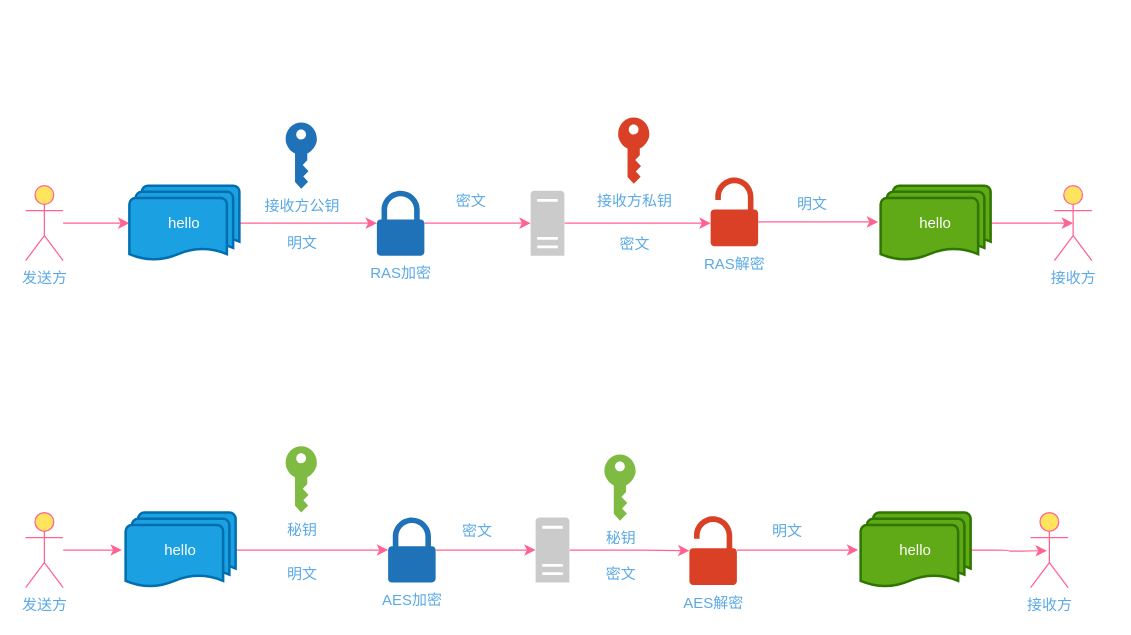
Above: encrypt.drawio in cantatas/doc (draw.io), before the change. Source tidied: cells renumbered, new cells numbered last; positions are measured from the earlier drawing's top-left corner, leaving out a move shared by most shapes. Both pictures are drawn from the tidied source at 125%, with x=0, y=0 at pixel (25, 116).
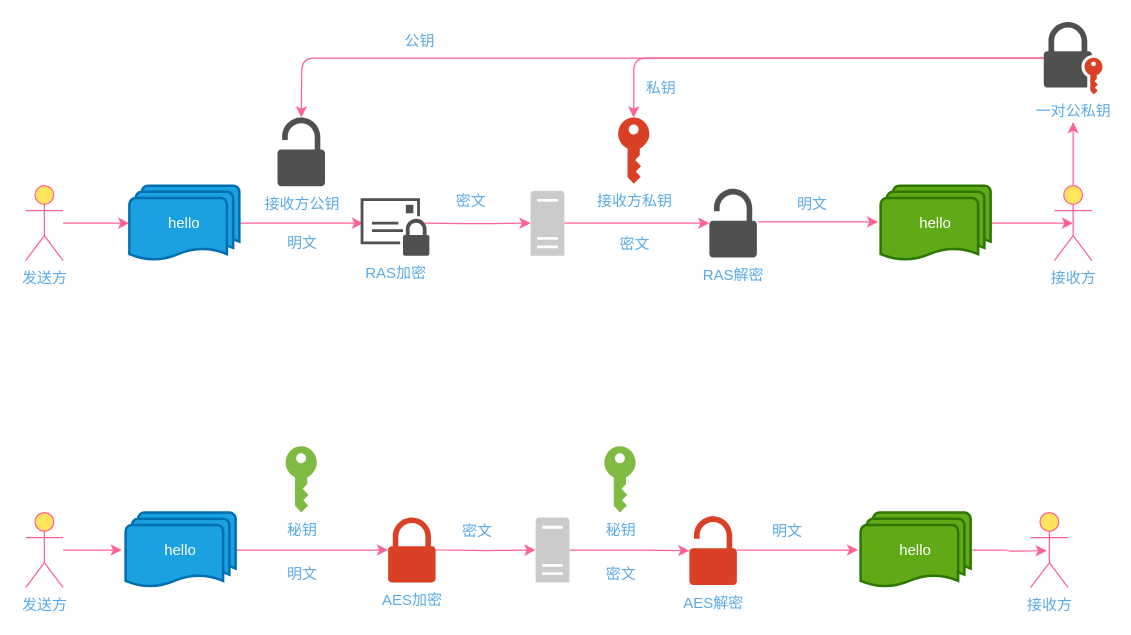
After the change.

The change refers to these unchanged cells:
```xml
<mxCell id="3" value="发送方" style="shape=umlActor;verticalLabelPosition=bottom;verticalAlign=top;html=1;fillColor=#FFE45E;strokeColor=#FF6392;fontColor=#5AA9E6;" parent="1" vertex="1">
  <mxGeometry y="55" width="30" height="60" as="geometry" />
</mxCell>
<mxCell id="4" value="接收方" style="shape=umlActor;verticalLabelPosition=bottom;verticalAlign=top;html=1;fillColor=#FFE45E;strokeColor=#FF6392;fontColor=#5AA9E6;" parent="1" vertex="1">
  <mxGeometry x="823" y="55" width="30" height="60" as="geometry" />
</mxCell>
<mxCell id="9" value="接收方私钥" style="shadow=0;dashed=0;html=1;strokeColor=none;labelPosition=center;verticalLabelPosition=bottom;verticalAlign=top;outlineConnect=0;align=center;shape=mxgraph.office.security.key_permissions;fillColor=#DA4026;rounded=0;sketch=0;fontColor=#5AA9E6;" parent="1" vertex="1">
  <mxGeometry x="474" y="0.5" width="25" height="53" as="geometry" />
</mxCell>
<mxCell id="26" value="AES解密" style="shadow=0;dashed=0;html=1;strokeColor=none;labelPosition=center;verticalLabelPosition=bottom;verticalAlign=top;outlineConnect=0;align=center;shape=mxgraph.office.security.lock_unprotected;fillColor=#DA4026;rounded=0;sketch=0;fontColor=#5AA9E6;" parent="1" vertex="1">
  <mxGeometry x="531" y="319.5" width="38" height="55" as="geometry" />
</mxCell>
```

The edit, as a diff of the source:
```diff
@@
-    <mxCell id="2" style="edgeStyle=orthogonalEdgeStyle;curved=0;rounded=1;sketch=0;jettySize=auto;html=1;strokeColor=#FF6392;fillColor=#FFE45E;fontColor=#5AA9E6;entryX=0;entryY=0.5;entryDx=0;entryDy=0;entryPerimeter=0;" parent="1" edge="1" source="3" target="6">
+    <mxCell id="2" style="edgeStyle=orthogonalEdgeStyle;curved=0;rounded=1;sketch=0;jettySize=auto;html=1;strokeColor=#FF6392;fillColor=#FFE45E;entryX=0;entryY=0.5;entryDx=0;entryDy=0;entryPerimeter=0;fontColor=#5AA9E6;" parent="1" edge="1" source="3" target="6">
       <mxGeometry relative="1" as="geometry" />
     </mxCell>
@@
+    <mxCell id="40" style="edgeStyle=orthogonalEdgeStyle;curved=0;rounded=1;sketch=0;jettySize=auto;html=1;strokeColor=#FF6392;fillColor=#FFE45E;fontColor=#5AA9E6;" parent="1" edge="1" source="4">
+      <mxGeometry relative="1" as="geometry">
+        <mxPoint x="838" y="4" as="targetPoint" />
+      </mxGeometry>
+    </mxCell>
@@
-    <mxCell id="5" style="edgeStyle=orthogonalEdgeStyle;curved=0;rounded=1;sketch=0;jettySize=auto;html=1;exitX=1;exitY=0.5;exitDx=0;exitDy=0;exitPerimeter=0;strokeColor=#FF6392;fillColor=#FFE45E;fontColor=#5AA9E6;" parent="1" edge="1" source="6" target="16">
-      <mxGeometry relative="1" as="geometry" />
+    <mxCell id="5" style="edgeStyle=orthogonalEdgeStyle;curved=0;rounded=1;sketch=0;jettySize=auto;html=1;exitX=1;exitY=0.5;exitDx=0;exitDy=0;exitPerimeter=0;strokeColor=#FF6392;fillColor=#FFE45E;fontColor=#5AA9E6;" parent="1" edge="1" source="6">
+      <mxGeometry relative="1" as="geometry">
+        <mxPoint x="270" y="85" as="targetPoint" />
+      </mxGeometry>
     </mxCell>
-    <mxCell id="6" value="hello" style="strokeWidth=2;html=1;shape=mxgraph.flowchart.multi-document;whiteSpace=wrap;rounded=0;sketch=0;fillColor=#1ba1e2;fontColor=#ffffff;strokeColor=#006EAF;" parent="1" vertex="1">
+    <mxCell id="6" value="hello" style="strokeWidth=2;html=1;shape=mxgraph.flowchart.multi-document;whiteSpace=wrap;rounded=0;sketch=0;fillColor=#1ba1e2;strokeColor=#006EAF;fontColor=#FFFFFF;" parent="1" vertex="1">
       <mxGeometry x="83" y="55" width="88" height="60" as="geometry" />
     </mxCell>
     <mxCell id="7" style="edgeStyle=orthogonalEdgeStyle;curved=0;rounded=1;sketch=0;jettySize=auto;html=1;strokeColor=#FF6392;fillColor=#FFE45E;fontColor=#5AA9E6;" parent="1" edge="1" source="8" target="13">
-      <mxGeometry relative="1" as="geometry">
-        <Array as="points">
-          <mxPoint x="428" y="85" />
-          <mxPoint x="428" y="82" />
-        </Array>
-      </mxGeometry>
+      <mxGeometry relative="1" as="geometry" />
     </mxCell>
-    <mxCell id="8" style="shadow=0;dashed=0;html=1;labelPosition=center;verticalLabelPosition=bottom;verticalAlign=top;outlineConnect=0;align=center;shape=mxgraph.office.servers.server_generic;fillColor=#CCCBCB;rounded=0;sketch=0;fontColor=#5AA9E6;strokeColor=none;" parent="1" vertex="1">
+    <mxCell id="8" style="shadow=0;dashed=0;html=1;labelPosition=center;verticalLabelPosition=bottom;verticalAlign=top;outlineConnect=0;align=center;shape=mxgraph.office.servers.server_generic;fillColor=#CCCBCB;rounded=0;sketch=0;strokeColor=none;fontColor=#5AA9E6;" parent="1" vertex="1">
       <mxGeometry x="404" y="59" width="27" height="52" as="geometry" />
     </mxCell>
@@
-    <mxCell id="11" value="hello" style="strokeWidth=2;html=1;shape=mxgraph.flowchart.multi-document;whiteSpace=wrap;rounded=0;sketch=0;fillColor=#60a917;fontColor=#ffffff;strokeColor=#2D7600;" parent="1" vertex="1">
+    <mxCell id="11" value="hello" style="strokeWidth=2;html=1;shape=mxgraph.flowchart.multi-document;whiteSpace=wrap;rounded=0;sketch=0;fillColor=#60a917;strokeColor=#2D7600;fontColor=#FFFFFF;" parent="1" vertex="1">
       <mxGeometry x="684" y="55" width="88" height="60" as="geometry" />
     </mxCell>
-    <mxCell id="12" style="edgeStyle=orthogonalEdgeStyle;curved=0;rounded=1;sketch=0;jettySize=auto;html=1;strokeColor=#FF6392;fillColor=#FFE45E;fontColor=#0000CC;" parent="1" edge="1" source="13">
+    <mxCell id="12" style="edgeStyle=orthogonalEdgeStyle;curved=0;rounded=1;sketch=0;orthogonalLoop=1;jettySize=auto;html=1;strokeColor=#FF6392;fillColor=#FFE45E;fontColor=#5AA9E6;" parent="1" edge="1">
       <mxGeometry relative="1" as="geometry">
+        <mxPoint x="586" y="84" as="sourcePoint" />
         <mxPoint x="682" y="84" as="targetPoint" />
         <Array as="points">
           <mxPoint x="682" y="84" />
         </Array>
       </mxGeometry>
     </mxCell>
-    <mxCell id="13" value="RAS解密" style="shadow=0;dashed=0;html=1;strokeColor=none;labelPosition=center;verticalLabelPosition=bottom;verticalAlign=top;outlineConnect=0;align=center;shape=mxgraph.office.security.lock_unprotected;fillColor=#DA4026;rounded=0;sketch=0;fontColor=#5AA9E6;" parent="1" vertex="1">
-      <mxGeometry x="548" y="48.5" width="38" height="55" as="geometry" />
-    </mxCell>
-    <mxCell id="14" value="接收方公钥" style="shadow=0;dashed=0;html=1;strokeColor=none;labelPosition=center;verticalLabelPosition=bottom;verticalAlign=top;align=center;shape=mxgraph.office.security.key_permissions;fillColor=#2072B8;rounded=0;sketch=0;fontColor=#5AA9E6;" parent="1" vertex="1">
-      <mxGeometry x="208" y="4.5" width="25" height="53" as="geometry" />
-    </mxCell>
-    <mxCell id="15" style="edgeStyle=orthogonalEdgeStyle;curved=0;rounded=1;sketch=0;jettySize=auto;html=1;strokeColor=#FF6392;fillColor=#FFE45E;fontColor=#0000CC;" parent="1" edge="1" source="16" target="8">
-      <mxGeometry relative="1" as="geometry" />
+    <mxCell id="15" style="edgeStyle=orthogonalEdgeStyle;curved=0;rounded=1;sketch=0;jettySize=auto;html=1;strokeColor=#FF6392;fillColor=#FFE45E;fontColor=#5AA9E6;" parent="1" edge="1" target="8">
+      <mxGeometry relative="1" as="geometry">
+        <mxPoint x="319" y="85" as="sourcePoint" />
+      </mxGeometry>
     </mxCell>
-    <mxCell id="16" value="RAS加密" style="shadow=0;dashed=0;html=1;strokeColor=none;labelPosition=center;verticalLabelPosition=bottom;verticalAlign=top;outlineConnect=0;align=center;shape=mxgraph.office.security.lock_protected;fillColor=#2072B8;rounded=0;sketch=0;fontColor=#5AA9E6;" parent="1" vertex="1">
-      <mxGeometry x="281" y="59" width="38" height="52" as="geometry" />
-    </mxCell>
@@
-    <mxCell id="19" style="edgeStyle=orthogonalEdgeStyle;curved=0;rounded=1;sketch=0;jettySize=auto;html=1;strokeColor=#FF6392;fillColor=#FFE45E;fontColor=#0000CC;" parent="1" edge="1" source="20" target="22">
-      <mxGeometry relative="1" as="geometry" />
+    <mxCell id="19" style="edgeStyle=orthogonalEdgeStyle;curved=0;rounded=1;sketch=0;jettySize=auto;html=1;strokeColor=#FF6392;fillColor=#FFE45E;fontColor=#5AA9E6;" parent="1" edge="1" source="20">
+      <mxGeometry relative="1" as="geometry">
+        <mxPoint x="290" y="346.5" as="targetPoint" />
+      </mxGeometry>
     </mxCell>
-    <mxCell id="20" value="hello" style="strokeWidth=2;html=1;shape=mxgraph.flowchart.multi-document;whiteSpace=wrap;rounded=0;sketch=0;fillColor=#1ba1e2;fontColor=#ffffff;strokeColor=#006EAF;" parent="1" vertex="1">
+    <mxCell id="20" value="hello" style="strokeWidth=2;html=1;shape=mxgraph.flowchart.multi-document;whiteSpace=wrap;rounded=0;sketch=0;fillColor=#1ba1e2;strokeColor=#006EAF;fontColor=#FFFFFF;" parent="1" vertex="1">
       <mxGeometry x="80" y="316.5" width="88" height="60" as="geometry" />
     </mxCell>
-    <mxCell id="21" style="edgeStyle=orthogonalEdgeStyle;curved=0;rounded=1;sketch=0;jettySize=auto;html=1;strokeColor=#FF6392;fillColor=#FFE45E;fontColor=#5AA9E6;" parent="1" edge="1" source="22" target="24">
-      <mxGeometry relative="1" as="geometry" />
+    <mxCell id="21" style="edgeStyle=orthogonalEdgeStyle;curved=0;rounded=1;sketch=0;jettySize=auto;html=1;strokeColor=#FF6392;fillColor=#FFE45E;fontColor=#5AA9E6;" parent="1" edge="1" target="24">
+      <mxGeometry relative="1" as="geometry">
+        <mxPoint x="328" y="346.5" as="sourcePoint" />
+      </mxGeometry>
     </mxCell>
-    <mxCell id="22" value="AES加密" style="shadow=0;dashed=0;html=1;strokeColor=none;labelPosition=center;verticalLabelPosition=bottom;verticalAlign=top;outlineConnect=0;align=center;shape=mxgraph.office.security.lock_protected;fillColor=#2072B8;rounded=0;labelBackgroundColor=none;sketch=0;fontColor=#5AA9E6;" parent="1" vertex="1">
-      <mxGeometry x="290" y="320.5" width="38" height="52" as="geometry" />
-    </mxCell>
-    <mxCell id="23" style="edgeStyle=orthogonalEdgeStyle;curved=0;rounded=1;sketch=0;jettySize=auto;html=1;strokeColor=#FF6392;fillColor=#FFE45E;fontColor=#0000CC;" parent="1" edge="1" source="24" target="26">
+    <mxCell id="23" style="edgeStyle=orthogonalEdgeStyle;curved=0;rounded=1;sketch=0;jettySize=auto;html=1;strokeColor=#FF6392;fillColor=#FFE45E;fontColor=#5AA9E6;" parent="1" edge="1" source="24" target="26">
       <mxGeometry relative="1" as="geometry" />
     </mxCell>
-    <mxCell id="24" style="shadow=0;dashed=0;html=1;labelPosition=center;verticalLabelPosition=bottom;verticalAlign=top;outlineConnect=0;align=center;shape=mxgraph.office.servers.server_generic;fillColor=#CCCBCB;rounded=0;sketch=0;fontColor=#5AA9E6;strokeColor=none;" parent="1" vertex="1">
+    <mxCell id="24" style="shadow=0;dashed=0;html=1;labelPosition=center;verticalLabelPosition=bottom;verticalAlign=top;outlineConnect=0;align=center;shape=mxgraph.office.servers.server_generic;fillColor=#CCCBCB;rounded=0;sketch=0;strokeColor=none;fontColor=#5AA9E6;" parent="1" vertex="1">
       <mxGeometry x="408" y="320.5" width="27" height="52" as="geometry" />
     </mxCell>
@@
-    <mxCell id="28" value="hello" style="strokeWidth=2;html=1;shape=mxgraph.flowchart.multi-document;whiteSpace=wrap;rounded=0;sketch=0;fillColor=#60a917;fontColor=#ffffff;strokeColor=#2D7600;" parent="1" vertex="1">
+    <mxCell id="28" value="hello" style="strokeWidth=2;html=1;shape=mxgraph.flowchart.multi-document;whiteSpace=wrap;rounded=0;sketch=0;fillColor=#60a917;strokeColor=#2D7600;fontColor=#FFFFFF;" parent="1" vertex="1">
       <mxGeometry x="668" y="316.5" width="88" height="60" as="geometry" />
     </mxCell>
@@
     <mxCell id="31" value="秘钥" style="shadow=0;dashed=0;html=1;strokeColor=none;labelPosition=center;verticalLabelPosition=bottom;verticalAlign=top;align=center;shape=mxgraph.office.security.key_permissions;fillColor=#7FBA42;rounded=0;labelBackgroundColor=none;sketch=0;fontColor=#5AA9E6;" parent="1" vertex="1">
-      <mxGeometry x="463" y="270" width="25" height="53" as="geometry" />
+      <mxGeometry x="463" y="263.5" width="25" height="53" as="geometry" />
     </mxCell>
@@
+    <mxCell id="41" style="edgeStyle=orthogonalEdgeStyle;curved=0;rounded=1;sketch=0;jettySize=auto;html=1;strokeColor=#FF6392;fillColor=#FFE45E;fontColor=#5AA9E6;" parent="1" edge="1" source="43">
+      <mxGeometry relative="1" as="geometry">
+        <mxPoint x="220.5" y="0.5" as="targetPoint" />
+      </mxGeometry>
+    </mxCell>
+    <mxCell id="42" style="edgeStyle=orthogonalEdgeStyle;curved=0;rounded=1;sketch=0;jettySize=auto;html=1;strokeColor=#FF6392;fillColor=#FFE45E;fontColor=#5AA9E6;" parent="1" edge="1" source="43" target="9">
+      <mxGeometry relative="1" as="geometry" />
+    </mxCell>
+    <mxCell id="43" value="一对公私钥" style="shadow=0;dashed=0;html=1;strokeColor=none;fillColor=#505050;labelPosition=center;verticalLabelPosition=bottom;verticalAlign=top;outlineConnect=0;align=center;shape=mxgraph.office.security.lock_with_key_security_orange;rounded=0;labelBackgroundColor=none;sketch=0;fontColor=#5AA9E6;" parent="1" vertex="1">
+      <mxGeometry x="814.5" y="-76" width="47" height="58" as="geometry" />
+    </mxCell>
+    <mxCell id="44" value="公钥" style="text;html=1;align=center;verticalAlign=middle;fontColor=#5AA9E6;" parent="1" vertex="1">
+      <mxGeometry x="298" y="-69" width="34" height="18" as="geometry" />
+    </mxCell>
+    <mxCell id="45" value="私钥" style="text;html=1;align=center;verticalAlign=middle;fontColor=#5AA9E6;" parent="1" vertex="1">
+      <mxGeometry x="491" y="-32" width="34" height="18" as="geometry" />
+    </mxCell>
+    <mxCell id="16" value="&lt;font&gt;RAS加密&lt;/font&gt;" style="shadow=0;dashed=0;html=1;strokeColor=none;fillColor=#505050;labelPosition=center;verticalLabelPosition=bottom;verticalAlign=top;outlineConnect=0;align=center;shape=mxgraph.office.security.secure_messaging;rounded=0;labelBackgroundColor=none;sketch=0;fontColor=#5AA9E6;" parent="1" vertex="1">
+      <mxGeometry x="268" y="65" width="55" height="46" as="geometry" />
+    </mxCell>
+    <mxCell id="14" value="&lt;span style=&quot;color: rgb(90 , 169 , 230)&quot;&gt;接收方公钥&lt;/span&gt;" style="shadow=0;dashed=0;html=1;strokeColor=none;fillColor=#505050;labelPosition=center;verticalLabelPosition=bottom;verticalAlign=top;align=center;shape=mxgraph.office.security.lock_unprotected;rounded=0;labelBackgroundColor=none;sketch=0;fontColor=#FFFFFF;" parent="1" vertex="1">
+      <mxGeometry x="201.5" y="0.5" width="38" height="55" as="geometry" />
+    </mxCell>
+    <mxCell id="13" value="&lt;span style=&quot;color: rgb(90 , 169 , 230)&quot;&gt;RAS解密&lt;/span&gt;" style="shadow=0;dashed=0;html=1;strokeColor=none;fillColor=#505050;labelPosition=center;verticalLabelPosition=bottom;verticalAlign=top;outlineConnect=0;align=center;shape=mxgraph.office.security.lock_unprotected;rounded=0;labelBackgroundColor=none;sketch=0;fontColor=#FFFFFF;" parent="1" vertex="1">
+      <mxGeometry x="547" y="57.5" width="38" height="55" as="geometry" />
+    </mxCell>
+    <mxCell id="22" value="&lt;span style=&quot;color: rgb(90 , 169 , 230)&quot;&gt;AES加密&lt;/span&gt;" style="shadow=0;dashed=0;html=1;strokeColor=none;labelPosition=center;verticalLabelPosition=bottom;verticalAlign=top;outlineConnect=0;align=center;shape=mxgraph.office.security.lock_protected;fillColor=#DA4026;rounded=0;labelBackgroundColor=none;sketch=0;fontColor=#FFFFFF;" parent="1" vertex="1">
+      <mxGeometry x="290" y="320.5" width="38" height="52" as="geometry" />
+    </mxCell>
```
